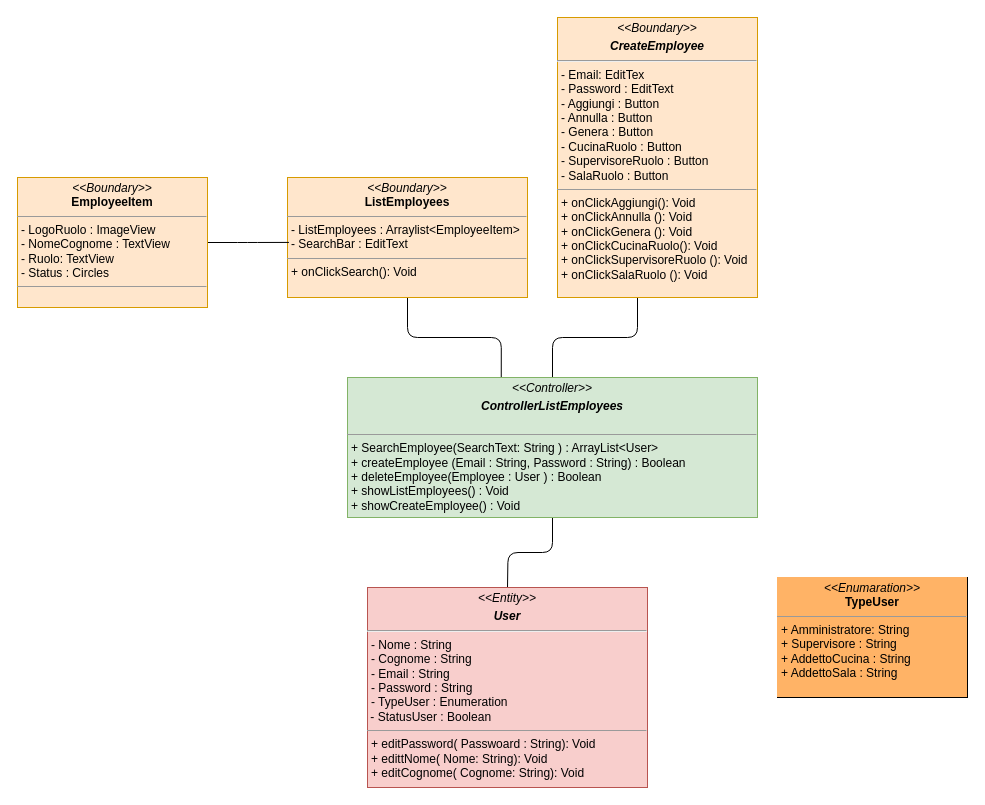
Before: page "CreaUtenza" (2 of 8) of Documentazione/Class Diagram/Class Diagram.drawio in Chriss1618/ProgettoINGSW, a draw.io diagram. Source tidied: cells renumbered, new cells numbered last; positions are measured from the earlier drawing's top-left corner, leaving out a move shared by most shapes. Both pictures are drawn from the tidied source at 100%, with x=0, y=0 at pixel (17, 17).
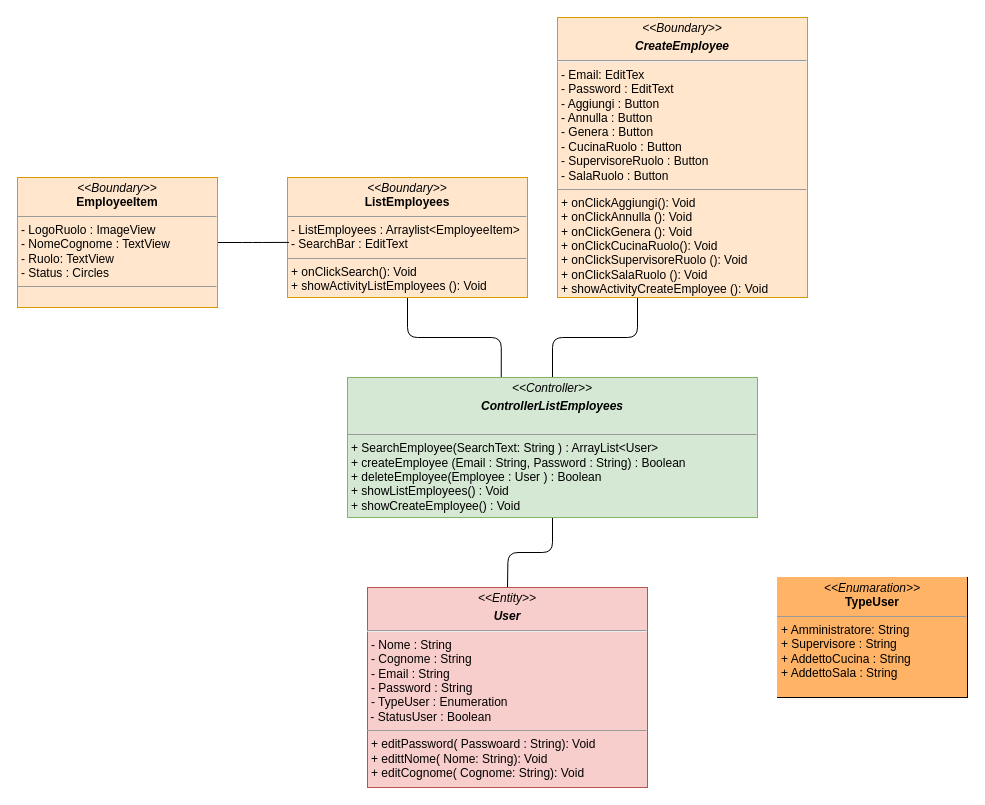
The same diagram, later.

What changed in the source:
```diff
@@
 <mxGraphModel>
   <root>
     <mxCell id="0" />
     <mxCell id="1" parent="0" />
     <mxCell id="2" style="edgeStyle=orthogonalEdgeStyle;jettySize=auto;html=1;exitX=0.5;exitY=1;exitDx=0;exitDy=0;entryX=0.375;entryY=0;entryDx=0;entryDy=0;entryPerimeter=0;endArrow=none;endFill=0;rounded=1;" parent="1" edge="1" source="3" target="7">
       <mxGeometry relative="1" as="geometry" />
     </mxCell>
-    <mxCell id="3" value="&lt;p style=&quot;margin:0px;margin-top:4px;text-align:center;&quot;&gt;&lt;i&gt;&amp;lt;&amp;lt;Boundary&amp;gt;&amp;gt;&lt;/i&gt;&lt;br&gt;&lt;b&gt;ListEmployees&lt;/b&gt;&lt;/p&gt;&lt;hr size=&quot;1&quot;&gt;&lt;p style=&quot;margin:0px;margin-left:4px;&quot;&gt;- ListEmployees : Arraylist&amp;lt;EmployeeItem&amp;gt;&lt;/p&gt;&lt;p style=&quot;margin:0px;margin-left:4px;&quot;&gt;- SearchBar : EditText&lt;/p&gt;&lt;hr size=&quot;1&quot;&gt;&lt;p style=&quot;margin:0px;margin-left:4px;&quot;&gt;+ onClickSearch(): Void&lt;br&gt;&lt;/p&gt;&lt;p style=&quot;margin:0px;margin-left:4px;&quot;&gt;&lt;br&gt;&lt;/p&gt;" style="verticalAlign=top;align=left;overflow=fill;fontSize=12;fontFamily=Helvetica;html=1;fillColor=#ffe6cc;strokeColor=#d79b00;" parent="1" vertex="1">
+    <mxCell id="3" value="&lt;p style=&quot;margin:0px;margin-top:4px;text-align:center;&quot;&gt;&lt;i&gt;&amp;lt;&amp;lt;Boundary&amp;gt;&amp;gt;&lt;/i&gt;&lt;br&gt;&lt;b&gt;ListEmployees&lt;/b&gt;&lt;/p&gt;&lt;hr size=&quot;1&quot;&gt;&lt;p style=&quot;margin:0px;margin-left:4px;&quot;&gt;- ListEmployees : Arraylist&amp;lt;EmployeeItem&amp;gt;&lt;/p&gt;&lt;p style=&quot;margin:0px;margin-left:4px;&quot;&gt;- SearchBar : EditText&lt;/p&gt;&lt;hr size=&quot;1&quot;&gt;&lt;p style=&quot;margin:0px;margin-left:4px;&quot;&gt;+ onClickSearch(): Void&lt;br&gt;&lt;/p&gt;&lt;p style=&quot;margin:0px;margin-left:4px;&quot;&gt;+ showActivityListEmployees (): Void&lt;br&gt;&lt;/p&gt;" style="verticalAlign=top;align=left;overflow=fill;fontSize=12;fontFamily=Helvetica;html=1;fillColor=#ffe6cc;strokeColor=#d79b00;" parent="1" vertex="1">
       <mxGeometry x="270" y="160" width="240" height="120" as="geometry" />
     </mxCell>
     <mxCell id="4" style="edgeStyle=orthogonalEdgeStyle;jettySize=auto;html=1;strokeColor=default;rounded=1;endArrow=none;endFill=0;" parent="1" edge="1" source="5" target="7">
       <mxGeometry relative="1" as="geometry">
         <Array as="points">
           <mxPoint x="620" y="320" />
           <mxPoint x="535" y="320" />
         </Array>
       </mxGeometry>
     </mxCell>
-    <mxCell id="5" value="&lt;p style=&quot;margin:0px;margin-top:4px;text-align:center;&quot;&gt;&lt;i&gt;&amp;lt;&amp;lt;Boundary&amp;gt;&amp;gt;&lt;/i&gt;&lt;br&gt;&lt;/p&gt;&lt;p style=&quot;margin:0px;margin-top:4px;text-align:center;&quot;&gt;&lt;b&gt;&lt;i&gt;CreateEmployee&lt;/i&gt;&lt;/b&gt;&lt;/p&gt;&lt;hr&gt;&lt;p style=&quot;margin:0px;margin-left:4px;&quot;&gt;- Email: EditTex&lt;/p&gt;&lt;p style=&quot;margin:0px;margin-left:4px;&quot;&gt;- Password : EditText&lt;/p&gt;&lt;p style=&quot;margin:0px;margin-left:4px;&quot;&gt;- Aggiungi : Button&lt;/p&gt;&lt;p style=&quot;margin:0px;margin-left:4px;&quot;&gt;- Annulla : Button&lt;br&gt;&lt;/p&gt;&lt;p style=&quot;margin:0px;margin-left:4px;&quot;&gt;- Genera : Button&lt;br&gt;&lt;/p&gt;&lt;p style=&quot;margin:0px;margin-left:4px;&quot;&gt;- CucinaRuolo : Button&lt;br&gt;&lt;/p&gt;&lt;p style=&quot;margin:0px;margin-left:4px;&quot;&gt;- SupervisoreRuolo : Button&lt;br&gt;&lt;/p&gt;&lt;p style=&quot;margin:0px;margin-left:4px;&quot;&gt;- SalaRuolo : Button&lt;br&gt;&lt;/p&gt;&lt;hr size=&quot;1&quot;&gt;&lt;p style=&quot;margin:0px;margin-left:4px;&quot;&gt;+ onClickAggiungi(): Void&lt;br&gt;&lt;/p&gt;&lt;p style=&quot;margin:0px;margin-left:4px;&quot;&gt;+ onClickAnnulla&amp;nbsp;(): Void&lt;br&gt;&lt;/p&gt;&lt;p style=&quot;margin:0px;margin-left:4px;&quot;&gt;+ onClickGenera&amp;nbsp;(): Void&lt;br&gt;&lt;/p&gt;&lt;p style=&quot;margin:0px;margin-left:4px;&quot;&gt;+ onClickCucinaRuolo(): Void&lt;br&gt;&lt;/p&gt;&lt;p style=&quot;margin:0px;margin-left:4px;&quot;&gt;+ onClickSupervisoreRuolo&amp;nbsp;(): Void&lt;br&gt;&lt;/p&gt;&lt;p style=&quot;margin:0px;margin-left:4px;&quot;&gt;+ onClickSalaRuolo&amp;nbsp;(): Void&lt;br&gt;&lt;/p&gt;" style="verticalAlign=top;align=left;overflow=fill;fontSize=12;fontFamily=Helvetica;html=1;fillColor=#ffe6cc;strokeColor=#d79b00;" parent="1" vertex="1">
-      <mxGeometry x="540" width="200" height="280" as="geometry" />
+    <mxCell id="5" value="&lt;p style=&quot;margin:0px;margin-top:4px;text-align:center;&quot;&gt;&lt;i&gt;&amp;lt;&amp;lt;Boundary&amp;gt;&amp;gt;&lt;/i&gt;&lt;br&gt;&lt;/p&gt;&lt;p style=&quot;margin:0px;margin-top:4px;text-align:center;&quot;&gt;&lt;b&gt;&lt;i&gt;CreateEmployee&lt;/i&gt;&lt;/b&gt;&lt;/p&gt;&lt;hr&gt;&lt;p style=&quot;margin:0px;margin-left:4px;&quot;&gt;- Email: EditTex&lt;/p&gt;&lt;p style=&quot;margin:0px;margin-left:4px;&quot;&gt;- Password : EditText&lt;/p&gt;&lt;p style=&quot;margin:0px;margin-left:4px;&quot;&gt;- Aggiungi : Button&lt;/p&gt;&lt;p style=&quot;margin:0px;margin-left:4px;&quot;&gt;- Annulla : Button&lt;br&gt;&lt;/p&gt;&lt;p style=&quot;margin:0px;margin-left:4px;&quot;&gt;- Genera : Button&lt;br&gt;&lt;/p&gt;&lt;p style=&quot;margin:0px;margin-left:4px;&quot;&gt;- CucinaRuolo : Button&lt;br&gt;&lt;/p&gt;&lt;p style=&quot;margin:0px;margin-left:4px;&quot;&gt;- SupervisoreRuolo : Button&lt;br&gt;&lt;/p&gt;&lt;p style=&quot;margin:0px;margin-left:4px;&quot;&gt;- SalaRuolo : Button&lt;br&gt;&lt;/p&gt;&lt;hr size=&quot;1&quot;&gt;&lt;p style=&quot;margin:0px;margin-left:4px;&quot;&gt;+ onClickAggiungi(): Void&lt;br&gt;&lt;/p&gt;&lt;p style=&quot;margin:0px;margin-left:4px;&quot;&gt;+ onClickAnnulla&amp;nbsp;(): Void&lt;br&gt;&lt;/p&gt;&lt;p style=&quot;margin:0px;margin-left:4px;&quot;&gt;+ onClickGenera&amp;nbsp;(): Void&lt;br&gt;&lt;/p&gt;&lt;p style=&quot;margin:0px;margin-left:4px;&quot;&gt;+ onClickCucinaRuolo(): Void&lt;br&gt;&lt;/p&gt;&lt;p style=&quot;margin:0px;margin-left:4px;&quot;&gt;+ onClickSupervisoreRuolo&amp;nbsp;(): Void&lt;br&gt;&lt;/p&gt;&lt;p style=&quot;margin:0px;margin-left:4px;&quot;&gt;+ onClickSalaRuolo&amp;nbsp;(): Void&lt;br&gt;&lt;/p&gt;&lt;p style=&quot;margin:0px;margin-left:4px;&quot;&gt;+ showActivityCreateEmployee (): Void&lt;br&gt;&lt;/p&gt;" style="verticalAlign=top;align=left;overflow=fill;fontSize=12;fontFamily=Helvetica;html=1;fillColor=#ffe6cc;strokeColor=#d79b00;" parent="1" vertex="1">
+      <mxGeometry x="540" width="250" height="280" as="geometry" />
     </mxCell>
     <mxCell id="6" style="edgeStyle=orthogonalEdgeStyle;rounded=1;jettySize=auto;html=1;exitX=0.5;exitY=1;exitDx=0;exitDy=0;endArrow=none;endFill=0;entryX=0.5;entryY=0;entryDx=0;entryDy=0;" parent="1" edge="1" source="7">
       <mxGeometry relative="1" as="geometry">
         <mxPoint x="490" y="570" as="targetPoint" />
       </mxGeometry>
     </mxCell>
     <mxCell id="7" value="&lt;p style=&quot;margin:0px;margin-top:4px;text-align:center;&quot;&gt;&lt;i&gt;&amp;lt;&amp;lt;Controller&amp;gt;&amp;gt;&lt;/i&gt;&lt;br&gt;&lt;/p&gt;&lt;p style=&quot;margin:0px;margin-top:4px;text-align:center;&quot;&gt;&lt;i&gt;&lt;b&gt;ControllerListEmployees&lt;/b&gt;&lt;/i&gt;&lt;/p&gt;&lt;br&gt;&lt;hr size=&quot;1&quot;&gt;&lt;p style=&quot;margin:0px;margin-left:4px;&quot;&gt;+ SearchEmployee(SearchText: String ) : ArrayList&amp;lt;User&amp;gt;&lt;br&gt;&lt;/p&gt;&lt;p style=&quot;margin:0px;margin-left:4px;&quot;&gt;+ createEmployee (Email : String, Password : String) : Boolean&lt;/p&gt;&lt;p style=&quot;margin:0px;margin-left:4px;&quot;&gt;+ deleteEmployee(Employee : User ) : Boolean&lt;/p&gt;&lt;p style=&quot;margin:0px;margin-left:4px;&quot;&gt;+ showListEmployees() : Void&lt;/p&gt;&lt;p style=&quot;margin:0px;margin-left:4px;&quot;&gt;+ showCreateEmployee() : Void&lt;br&gt;&lt;/p&gt;" style="verticalAlign=top;align=left;overflow=fill;fontSize=12;fontFamily=Helvetica;html=1;fillColor=#d5e8d4;strokeColor=#82b366;" parent="1" vertex="1">
       <mxGeometry x="330" y="360" width="410" height="140" as="geometry" />
     </mxCell>
     <mxCell id="8" value="&lt;p style=&quot;margin:0px;margin-top:4px;text-align:center;&quot;&gt;&lt;i&gt;&amp;lt;&amp;lt;Entity&amp;gt;&amp;gt;&lt;/i&gt;&lt;br&gt;&lt;/p&gt;&lt;p style=&quot;margin:0px;margin-top:4px;text-align:center;&quot;&gt;&lt;i&gt;&lt;b&gt;User&lt;/b&gt;&lt;/i&gt;&lt;/p&gt;&lt;hr&gt;&lt;p style=&quot;margin:0px;margin-left:4px;&quot;&gt;- Nome : String&lt;br&gt;&lt;/p&gt;&lt;p style=&quot;margin:0px;margin-left:4px;&quot;&gt;- Cognome : String&lt;/p&gt;&lt;p style=&quot;margin:0px;margin-left:4px;&quot;&gt;- Email : String&lt;/p&gt;&lt;p style=&quot;margin:0px;margin-left:4px;&quot;&gt;- Password : String&lt;/p&gt;&lt;p style=&quot;margin:0px;margin-left:4px;&quot;&gt;- TypeUser : Enumeration&lt;/p&gt;&amp;nbsp;- StatusUser : Boolean&lt;br&gt;&lt;hr size=&quot;1&quot;&gt;&lt;p style=&quot;margin:0px;margin-left:4px;&quot;&gt;+ editPassword( Passwoard : String): Void&lt;br&gt;&lt;/p&gt;&lt;p style=&quot;margin:0px;margin-left:4px;&quot;&gt;+ edittNome( Nome: String): Void&lt;br&gt;&lt;/p&gt;&lt;p style=&quot;margin:0px;margin-left:4px;&quot;&gt;+ editCognome( Cognome: String): Void&lt;br&gt;&lt;/p&gt;" style="verticalAlign=top;align=left;overflow=fill;fontSize=12;fontFamily=Helvetica;html=1;fillColor=#f8cecc;strokeColor=#b85450;" parent="1" vertex="1">
       <mxGeometry x="350" y="570" width="280" height="200" as="geometry" />
     </mxCell>
     <mxCell id="9" value="&lt;p style=&quot;margin:0px;margin-top:4px;text-align:center;&quot;&gt;&lt;i&gt;&amp;lt;&amp;lt;Enumaration&amp;gt;&amp;gt;&lt;/i&gt;&lt;br&gt;&lt;b&gt;TypeUser&lt;/b&gt;&lt;/p&gt;&lt;hr size=&quot;1&quot;&gt;&lt;p style=&quot;margin:0px;margin-left:4px;&quot;&gt;+ Amministratore: String&lt;br&gt;+ Supervisore : String&lt;/p&gt;&lt;p style=&quot;margin:0px;margin-left:4px;&quot;&gt;+ AddettoCucina : String&lt;/p&gt;&lt;p style=&quot;margin:0px;margin-left:4px;&quot;&gt;+ AddettoSala : String&lt;br&gt;&lt;/p&gt;" style="verticalAlign=top;align=left;overflow=fill;fontSize=12;fontFamily=Helvetica;html=1;labelBackgroundColor=#FFB366;" parent="1" vertex="1">
       <mxGeometry x="760" y="560" width="190" height="120" as="geometry" />
     </mxCell>
     <mxCell id="10" style="edgeStyle=orthogonalEdgeStyle;rounded=1;jettySize=auto;html=1;exitX=1;exitY=0.5;exitDx=0;exitDy=0;entryX=0.006;entryY=0.541;entryDx=0;entryDy=0;entryPerimeter=0;endArrow=none;endFill=0;" parent="1" edge="1" source="11" target="3">
       <mxGeometry relative="1" as="geometry" />
     </mxCell>
-    <mxCell id="11" value="&lt;p style=&quot;margin:0px;margin-top:4px;text-align:center;&quot;&gt;&lt;i&gt;&amp;lt;&amp;lt;Boundary&amp;gt;&amp;gt;&lt;/i&gt;&lt;br&gt;&lt;b&gt;EmployeeItem&lt;/b&gt;&lt;/p&gt;&lt;hr size=&quot;1&quot;&gt;&lt;p style=&quot;margin:0px;margin-left:4px;&quot;&gt;- LogoRuolo : ImageView&lt;/p&gt;&lt;p style=&quot;margin:0px;margin-left:4px;&quot;&gt;- NomeCognome : TextView&lt;br&gt;- Ruolo: TextView&lt;br&gt;&lt;/p&gt;&lt;p style=&quot;margin:0px;margin-left:4px;&quot;&gt;- Status : Circles&lt;/p&gt;&lt;hr size=&quot;1&quot;&gt;&lt;p style=&quot;margin:0px;margin-left:4px;&quot;&gt;&lt;br&gt;&lt;/p&gt;&lt;p style=&quot;margin:0px;margin-left:4px;&quot;&gt;&lt;br&gt;&lt;/p&gt;" style="verticalAlign=top;align=left;overflow=fill;fontSize=12;fontFamily=Helvetica;html=1;fillColor=#ffe6cc;strokeColor=#d79b00;" parent="1" vertex="1">
-      <mxGeometry y="160" width="190" height="130" as="geometry" />
+    <mxCell id="11" value="&lt;p style=&quot;margin:0px;margin-top:4px;text-align:center;&quot;&gt;&lt;i&gt;&amp;lt;&amp;lt;Boundary&amp;gt;&amp;gt;&lt;/i&gt;&lt;br&gt;&lt;b&gt;EmployeeItem&lt;/b&gt;&lt;/p&gt;&lt;hr size=&quot;1&quot;&gt;&lt;p style=&quot;margin:0px;margin-left:4px;&quot;&gt;- LogoRuolo : ImageView&lt;/p&gt;&lt;p style=&quot;margin:0px;margin-left:4px;&quot;&gt;- NomeCognome : TextView&lt;br&gt;- Ruolo: TextView&lt;br&gt;&lt;/p&gt;&lt;p style=&quot;margin:0px;margin-left:4px;&quot;&gt;- Status : Circles&lt;/p&gt;&lt;hr size=&quot;1&quot;&gt;&lt;p style=&quot;margin:0px;margin-left:4px;&quot;&gt;&lt;br&gt;&lt;/p&gt;" style="verticalAlign=top;align=left;overflow=fill;fontSize=12;fontFamily=Helvetica;html=1;fillColor=#ffe6cc;strokeColor=#d79b00;" parent="1" vertex="1">
+      <mxGeometry y="160" width="200" height="130" as="geometry" />
     </mxCell>
   </root>
 </mxGraphModel>
```
